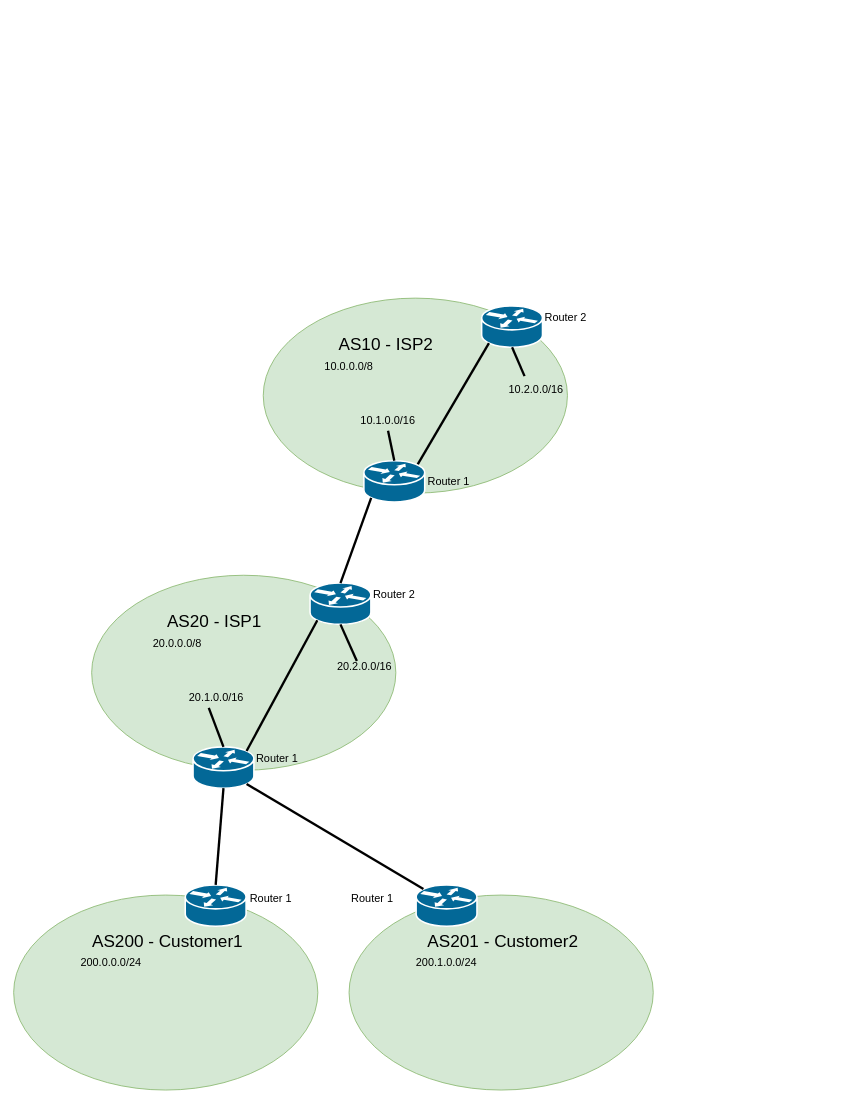
ThetaRangers/KatharaRPKI keeps this draw.io diagram as starting_topology.drawio. Above is the earlier version. Source tidied: cells renumbered, new cells numbered last; positions are measured from the earlier drawing's top-left corner, leaving out a move shared by most shapes. Both pictures are drawn from the tidied source at 78%, with x=0, y=0 at pixel (13, 298).
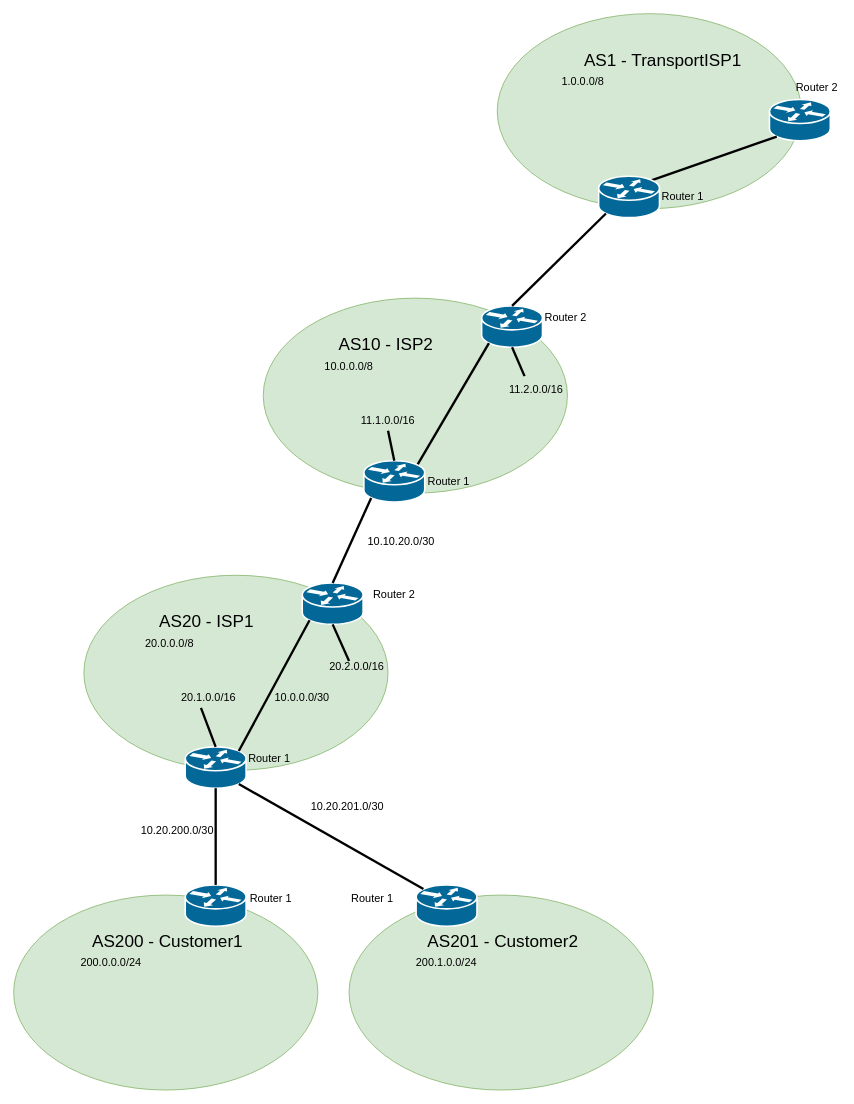
The same page after the edit.

Unchanged cells that the change refers to:
```xml
<mxCell id="32" style="shape=mxgraph.cisco.routers.router;sketch=0;html=1;dashed=0;fillColor=#036897;strokeColor=#ffffff;strokeWidth=2;verticalLabelPosition=bottom;verticalAlign=top;align=center;outlineConnect=0;" parent="1" vertex="1">
  <mxGeometry x="600" y="9.7" width="78" height="53" as="geometry" />
</mxCell>
```

Change to the diagram source:
```diff
@@
     <mxCell id="2" style="group;" parent="1" vertex="1">
-      <mxGeometry x="100" y="355" width="390" height="273" as="geometry" />
+      <mxGeometry x="90" y="355" width="390" height="273" as="geometry" />
     </mxCell>
@@
+    <mxCell id="42" value="&lt;font style=&quot;font-size: 14px;&quot;&gt;10.0.0.0/30&lt;br&gt;&lt;/font&gt;" style="text;html=1;strokeColor=none;fillColor=none;align=center;verticalAlign=middle;whiteSpace=wrap;rounded=0;fontSize=22;" parent="2" vertex="1">
+      <mxGeometry x="250" y="140" width="60" height="30" as="geometry" />
+    </mxCell>
@@
-    <mxCell id="33" value="&lt;font style=&quot;font-size: 14px;&quot;&gt;10.1.0.0/16&lt;br&gt;&lt;/font&gt;" style="text;html=1;strokeColor=none;fillColor=none;align=center;verticalAlign=middle;whiteSpace=wrap;rounded=0;fontSize=22;" parent="1" vertex="1">
+    <mxCell id="33" value="&lt;font style=&quot;font-size: 14px;&quot;&gt;11.1.0.0/16&lt;br&gt;&lt;/font&gt;" style="text;html=1;strokeColor=none;fillColor=none;align=center;verticalAlign=middle;whiteSpace=wrap;rounded=0;fontSize=22;" parent="1" vertex="1">
       <mxGeometry x="450" y="139.7" width="60" height="30" as="geometry" />
     </mxCell>
-    <mxCell id="34" value="&lt;font style=&quot;font-size: 14px;&quot;&gt;10.2.0.0/16&lt;br&gt;&lt;/font&gt;" style="text;html=1;strokeColor=none;fillColor=none;align=center;verticalAlign=middle;whiteSpace=wrap;rounded=0;fontSize=22;" parent="1" vertex="1">
+    <mxCell id="34" value="&lt;font style=&quot;font-size: 14px;&quot;&gt;11.2.0.0/16&lt;br&gt;&lt;/font&gt;" style="text;html=1;strokeColor=none;fillColor=none;align=center;verticalAlign=middle;whiteSpace=wrap;rounded=0;fontSize=22;" parent="1" vertex="1">
       <mxGeometry x="640" y="99.7" width="60" height="30" as="geometry" />
     </mxCell>
@@
+    <mxCell id="43" style="ellipse;whiteSpace=wrap;html=1;fillColor=#d5e8d4;strokeColor=#82b366;" parent="1" vertex="1">
+      <mxGeometry x="620" y="-365" width="390" height="250" as="geometry" />
+    </mxCell>
+    <mxCell id="44" value="&lt;font style=&quot;font-size: 22px;&quot;&gt;AS1 - TransportISP1&lt;/font&gt;" style="text;html=1;strokeColor=none;fillColor=none;align=center;verticalAlign=middle;whiteSpace=wrap;rounded=0;" parent="1" vertex="1">
+      <mxGeometry x="715" y="-325" width="235" height="40" as="geometry" />
+    </mxCell>
+    <mxCell id="45" value="&lt;font style=&quot;font-size: 14px;&quot;&gt;1.0.0.0/8&lt;/font&gt;" style="text;html=1;strokeColor=none;fillColor=none;align=center;verticalAlign=middle;whiteSpace=wrap;rounded=0;fontSize=22;" parent="1" vertex="1">
+      <mxGeometry x="700" y="-295" width="60" height="30" as="geometry" />
+    </mxCell>
+    <mxCell id="46" style="shape=mxgraph.cisco.routers.router;sketch=0;html=1;dashed=0;fillColor=#036897;strokeColor=#ffffff;strokeWidth=2;verticalLabelPosition=bottom;verticalAlign=top;align=center;outlineConnect=0;" parent="1" vertex="1">
+      <mxGeometry x="969" y="-255" width="78" height="53" as="geometry" />
+    </mxCell>
+    <mxCell id="47" style="endArrow=none;html=1;rounded=0;fontSize=22;exitX=0.12;exitY=0.9;exitDx=0;exitDy=0;exitPerimeter=0;strokeWidth=3;entryX=0.88;entryY=0.1;entryDx=0;entryDy=0;entryPerimeter=0;" parent="1" edge="1" source="46">
+      <mxGeometry relative="1" as="geometry">
+        <mxPoint x="817.6" y="-151.2" as="targetPoint" />
+      </mxGeometry>
+    </mxCell>
+    <mxCell id="48" value="Router 1" style="text;html=1;strokeColor=none;fillColor=none;align=center;verticalAlign=middle;whiteSpace=wrap;rounded=0;fontSize=14;" parent="1" vertex="1">
+      <mxGeometry x="828" y="-145" width="60" height="30" as="geometry" />
+    </mxCell>
+    <mxCell id="49" value="Router 2" style="text;html=1;strokeColor=none;fillColor=none;align=center;verticalAlign=middle;whiteSpace=wrap;rounded=0;fontSize=14;" parent="1" vertex="1">
+      <mxGeometry x="1000" y="-285" width="60" height="30" as="geometry" />
+    </mxCell>
+    <mxCell id="50" style="shape=mxgraph.cisco.routers.router;sketch=0;html=1;dashed=0;fillColor=#036897;strokeColor=#ffffff;strokeWidth=2;verticalLabelPosition=bottom;verticalAlign=top;align=center;outlineConnect=0;" parent="1" vertex="1">
+      <mxGeometry x="750" y="-156.5" width="78" height="53" as="geometry" />
+    </mxCell>
+    <mxCell id="51" style="endArrow=none;html=1;rounded=0;fontSize=22;exitX=0.5;exitY=0;exitDx=0;exitDy=0;exitPerimeter=0;strokeWidth=3;entryX=0.12;entryY=0.9;entryDx=0;entryDy=0;entryPerimeter=0;" parent="1" edge="1" source="32" target="50">
+      <mxGeometry relative="1" as="geometry" />
+    </mxCell>
+    <mxCell id="52" value="&lt;font style=&quot;font-size: 14px;&quot;&gt;10.20.200.0/30&lt;br&gt;&lt;/font&gt;" style="text;html=1;strokeColor=none;fillColor=none;align=center;verticalAlign=middle;whiteSpace=wrap;rounded=0;fontSize=22;" parent="1" vertex="1">
+      <mxGeometry x="180" y="665" width="60" height="30" as="geometry" />
+    </mxCell>
+    <mxCell id="53" value="&lt;font style=&quot;font-size: 14px;&quot;&gt;10.20.201.0/30&lt;br&gt;&lt;/font&gt;" style="text;html=1;strokeColor=none;fillColor=none;align=center;verticalAlign=middle;whiteSpace=wrap;rounded=0;fontSize=22;" parent="1" vertex="1">
+      <mxGeometry x="398" y="635" width="60" height="30" as="geometry" />
+    </mxCell>
+    <mxCell id="54" value="&lt;font style=&quot;font-size: 14px;&quot;&gt;10.10.20.0/30&lt;br&gt;&lt;/font&gt;" style="text;html=1;strokeColor=none;fillColor=none;align=center;verticalAlign=middle;whiteSpace=wrap;rounded=0;fontSize=22;" parent="1" vertex="1">
+      <mxGeometry x="467" y="295" width="60" height="30" as="geometry" />
+    </mxCell>
```
